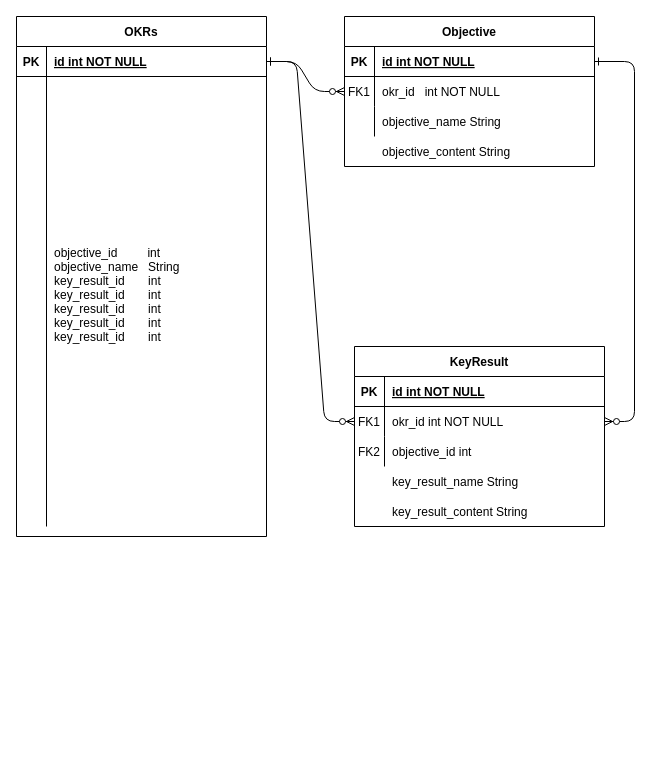
Before: Biểu đồ không có tiêu đề.drawio in Giangphhe228/employeeManage, a draw.io diagram. Source tidied: cells renumbered, new cells numbered last; positions are measured from the earlier drawing's top-left corner, leaving out a move shared by most shapes. Both pictures are drawn from the tidied source at 100%, with x=0, y=0 at pixel (16, 16).
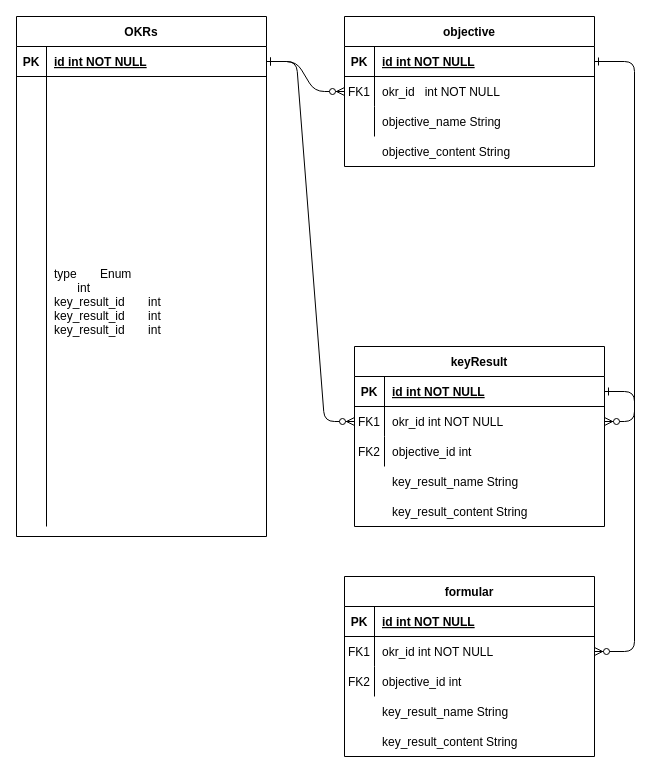
After the change.

Unchanged cells that the change refers to:
```xml
<mxCell id="15" style="shape=partialRectangle;fillColor=none;points=[[0,0.5],[1,0.5]];portConstraint=eastwest;top=0;left=0;right=0;bottom=1;" parent="14" vertex="1">
  <mxGeometry y="30" width="250" height="30" as="geometry" />
</mxCell>
<mxCell id="28" style="shape=partialRectangle;fillColor=none;top=0;left=0;right=0;bottom=0;" parent="24" vertex="1">
  <mxGeometry y="60" width="250" height="450" as="geometry" />
</mxCell>
```

Diff of the diagram source:
```diff
@@
-    <mxCell id="4" value="Objective" style="shape=table;startSize=30;childLayout=tableLayout;rowLines=0;fontStyle=1;align=center;" parent="1" vertex="1">
+    <mxCell id="4" value="objective" style="shape=table;startSize=30;childLayout=tableLayout;rowLines=0;fontStyle=1;align=center;" parent="1" vertex="1">
       <mxGeometry x="328" width="250" height="150" as="geometry" />
     </mxCell>
@@
-    <mxCell id="14" value="KeyResult" style="shape=table;startSize=30;childLayout=tableLayout;rowLines=0;fontStyle=1;align=center;" parent="1" vertex="1">
+    <mxCell id="14" value="keyResult" style="shape=table;startSize=30;childLayout=tableLayout;rowLines=0;fontStyle=1;align=center;" parent="1" vertex="1">
       <mxGeometry x="338" y="330" width="250" height="180" as="geometry" />
     </mxCell>
@@
-    <mxCell id="30" value="objective_id         int &#10;objective_name   String   &#10;key_result_id       int&#10;key_result_id       int&#10;key_result_id       int&#10;key_result_id       int&#10;key_result_id       int&#10;" style="shape=partialRectangle;overflow=hidden;fillColor=none;top=0;left=0;bottom=0;right=0;align=left;spacingLeft=6;" parent="28" vertex="1">
+    <mxCell id="30" value="   &#10;type       Enum&#10;       int&#10;key_result_id       int&#10;key_result_id       int&#10;key_result_id       int&#10;" style="shape=partialRectangle;overflow=hidden;fillColor=none;top=0;left=0;bottom=0;right=0;align=left;spacingLeft=6;" parent="28" vertex="1">
       <mxGeometry x="30" width="220" height="450" as="geometry" />
     </mxCell>
@@
+    <mxCell id="37" value="formular" style="shape=table;startSize=30;childLayout=tableLayout;rowLines=0;fontStyle=1;align=center;" parent="1" vertex="1">
+      <mxGeometry x="328" y="560" width="250" height="180" as="geometry" />
+    </mxCell>
+    <mxCell id="38" style="shape=partialRectangle;fillColor=none;top=0;left=0;right=0;bottom=1;" parent="37" vertex="1">
+      <mxGeometry y="30" width="250" height="30" as="geometry" />
+    </mxCell>
+    <mxCell id="39" value="PK" style="shape=partialRectangle;overflow=hidden;fillColor=none;top=0;left=0;bottom=0;right=0;fontStyle=1;" parent="38" vertex="1">
+      <mxGeometry width="30" height="30" as="geometry" />
+    </mxCell>
+    <mxCell id="40" value="id int NOT NULL " style="shape=partialRectangle;overflow=hidden;fillColor=none;top=0;left=0;bottom=0;right=0;align=left;spacingLeft=6;fontStyle=5;" parent="38" vertex="1">
+      <mxGeometry x="30" width="220" height="30" as="geometry" />
+    </mxCell>
+    <mxCell id="41" style="shape=partialRectangle;fillColor=none;points=[[0,0.5],[1,0.5]];portConstraint=eastwest;top=0;left=0;right=0;bottom=0;" parent="37" vertex="1">
+      <mxGeometry y="60" width="250" height="30" as="geometry" />
+    </mxCell>
+    <mxCell id="42" value="FK1" style="shape=partialRectangle;overflow=hidden;fillColor=none;top=0;left=0;bottom=0;right=0;" parent="41" vertex="1">
+      <mxGeometry width="30" height="30" as="geometry" />
+    </mxCell>
+    <mxCell id="43" value="okr_id int NOT NULL" style="shape=partialRectangle;overflow=hidden;fillColor=none;top=0;left=0;bottom=0;right=0;align=left;spacingLeft=6;" parent="41" vertex="1">
+      <mxGeometry x="30" width="220" height="30" as="geometry" />
+    </mxCell>
+    <mxCell id="44" style="shape=partialRectangle;fillColor=none;top=0;left=0;right=0;bottom=0;" parent="37" vertex="1">
+      <mxGeometry y="90" width="250" height="30" as="geometry" />
+    </mxCell>
+    <mxCell id="45" style="shape=partialRectangle;overflow=hidden;fillColor=none;top=0;left=0;bottom=0;right=0;" parent="44" vertex="1">
+      <mxGeometry width="30" height="30" as="geometry" />
+    </mxCell>
+    <mxCell id="46" style="shape=partialRectangle;overflow=hidden;fillColor=none;top=0;left=0;bottom=0;right=0;align=left;spacingLeft=6;" parent="44" vertex="1">
+      <mxGeometry x="30" width="220" height="30" as="geometry" />
+    </mxCell>
+    <mxCell id="47" value="key_result_name String" style="shape=partialRectangle;overflow=hidden;fillColor=none;top=0;left=0;bottom=0;right=0;align=left;spacingLeft=6;" parent="1" vertex="1">
+      <mxGeometry x="358" y="680" width="220" height="30" as="geometry" />
+    </mxCell>
+    <mxCell id="48" value="key_result_content String" style="shape=partialRectangle;overflow=hidden;fillColor=none;top=0;left=0;bottom=0;right=0;align=left;spacingLeft=6;" parent="1" vertex="1">
+      <mxGeometry x="358" y="710" width="220" height="30" as="geometry" />
+    </mxCell>
+    <mxCell id="49" value="FK2" style="shape=partialRectangle;overflow=hidden;fillColor=none;top=0;left=0;bottom=0;right=0;" parent="1" vertex="1">
+      <mxGeometry x="328" y="650" width="30" height="30" as="geometry" />
+    </mxCell>
+    <mxCell id="50" value="objective_id int" style="shape=partialRectangle;overflow=hidden;fillColor=none;top=0;left=0;bottom=0;right=0;align=left;spacingLeft=6;" parent="1" vertex="1">
+      <mxGeometry x="358" y="650" width="220" height="30" as="geometry" />
+    </mxCell>
+    <mxCell id="51" style="edgeStyle=entityRelationEdgeStyle;endArrow=ERzeroToMany;startArrow=ERone;endFill=1;startFill=0;entryX=1;entryY=0.5;entryDx=0;entryDy=0;" parent="1" edge="1" source="15" target="41">
+      <mxGeometry relative="1" as="geometry">
+        <Array as="points">
+          <mxPoint x="680" y="435" />
+          <mxPoint x="680" y="435" />
+        </Array>
+      </mxGeometry>
+    </mxCell>
```
